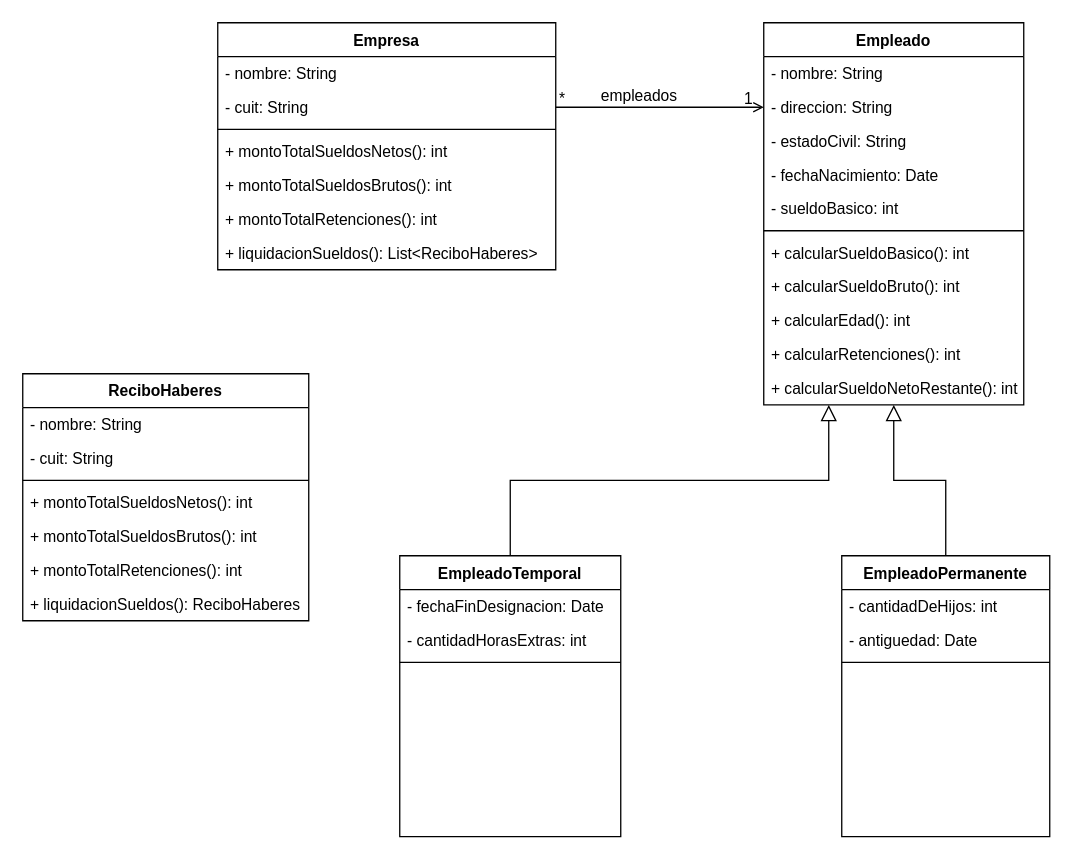
This is TP02/Untitled Diagram.drawio from dkippes/Programacion-Orientada-Objetos-2, a draw.io file, before an edit. Source tidied: cells renumbered, new cells numbered last; positions are measured from the earlier drawing's top-left corner, leaving out a move shared by most shapes. Both pictures are drawn from the tidied source at 130%, with x=0, y=0 at pixel (22, 22).
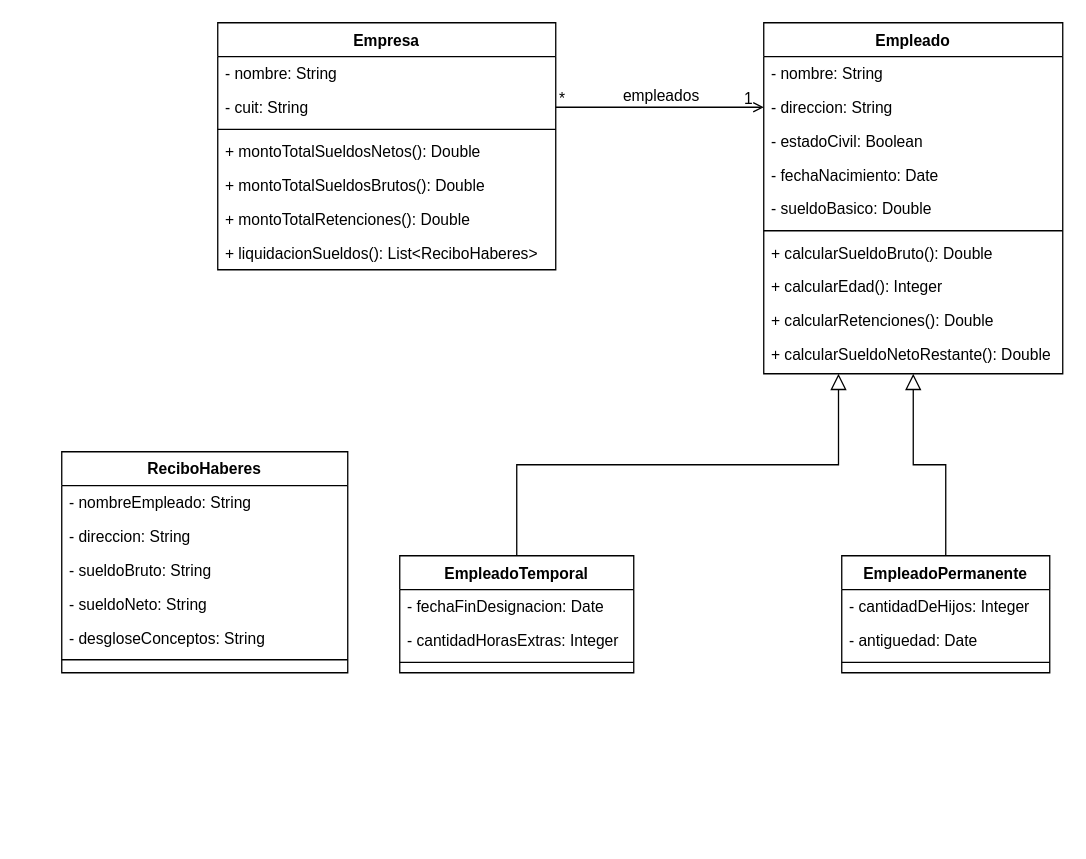
After the change.

The change refers to these unchanged cells:
```xml
<mxCell id="2" value="Empresa" style="swimlane;fontStyle=1;align=center;verticalAlign=top;horizontal=1;startSize=26;rounded=0;shadow=0;strokeWidth=1;" parent="1" vertex="1">
  <mxGeometry x="150" width="260" height="190" as="geometry" />
</mxCell>
<mxCell id="22" style="endArrow=open;shadow=0;strokeWidth=1;rounded=0;endFill=1;edgeStyle=elbowEdgeStyle;elbow=vertical;exitX=1;exitY=0.5;exitDx=0;exitDy=0;entryX=0;entryY=0.5;entryDx=0;entryDy=0;" parent="1" edge="1" source="4" target="12">
  <mxGeometry x="0.5" y="41" relative="1" as="geometry">
    <mxPoint x="-40" y="32" as="offset" />
  </mxGeometry>
</mxCell>
```

What changed in the source:
```diff
@@
-    <mxCell id="6" value="+ montoTotalSueldosNetos(): int" style="text;align=left;verticalAlign=top;spacingLeft=4;spacingRight=4;overflow=hidden;" parent="2" vertex="1">
+    <mxCell id="6" value="+ montoTotalSueldosNetos(): Double" style="text;align=left;verticalAlign=top;spacingLeft=4;spacingRight=4;overflow=hidden;" parent="2" vertex="1">
       <mxGeometry y="86" width="260" height="26" as="geometry" />
     </mxCell>
-    <mxCell id="7" value="+ montoTotalSueldosBrutos(): int" style="text;align=left;verticalAlign=top;spacingLeft=4;spacingRight=4;overflow=hidden;" parent="2" vertex="1">
+    <mxCell id="7" value="+ montoTotalSueldosBrutos(): Double" style="text;align=left;verticalAlign=top;spacingLeft=4;spacingRight=4;overflow=hidden;" parent="2" vertex="1">
       <mxGeometry y="112" width="260" height="26" as="geometry" />
     </mxCell>
-    <mxCell id="8" value="+ montoTotalRetenciones(): int" style="text;align=left;verticalAlign=top;spacingLeft=4;spacingRight=4;overflow=hidden;" parent="2" vertex="1">
+    <mxCell id="8" value="+ montoTotalRetenciones(): Double" style="text;align=left;verticalAlign=top;spacingLeft=4;spacingRight=4;overflow=hidden;" parent="2" vertex="1">
       <mxGeometry y="138" width="260" height="26" as="geometry" />
     </mxCell>
@@
     <mxCell id="10" value="Empleado" style="swimlane;fontStyle=1;align=center;verticalAlign=top;horizontal=1;startSize=26;rounded=0;shadow=0;strokeWidth=1;" parent="1" vertex="1">
-      <mxGeometry x="570" width="200" height="294" as="geometry" />
+      <mxGeometry x="570" width="230" height="270" as="geometry" />
     </mxCell>
     <mxCell id="11" value="- nombre: String" style="text;align=left;verticalAlign=top;spacingLeft=4;spacingRight=4;overflow=hidden;" parent="10" vertex="1">
-      <mxGeometry y="26" width="200" height="26" as="geometry" />
+      <mxGeometry y="26" width="230" height="26" as="geometry" />
     </mxCell>
     <mxCell id="12" value="- direccion: String" style="text;align=left;verticalAlign=top;spacingLeft=4;spacingRight=4;overflow=hidden;points=[[0,0.5],[1,0.5]];portConstraint=eastwest;rounded=0;shadow=0;html=0;" parent="10" vertex="1">
-      <mxGeometry y="52" width="200" height="26" as="geometry" />
+      <mxGeometry y="52" width="230" height="26" as="geometry" />
     </mxCell>
-    <mxCell id="13" value="- estadoCivil: String" style="text;align=left;verticalAlign=top;spacingLeft=4;spacingRight=4;overflow=hidden;rounded=0;shadow=0;html=0;" parent="10" vertex="1">
-      <mxGeometry y="78" width="200" height="26" as="geometry" />
+    <mxCell id="13" value="- estadoCivil: Boolean" style="text;align=left;verticalAlign=top;spacingLeft=4;spacingRight=4;overflow=hidden;rounded=0;shadow=0;html=0;" parent="10" vertex="1">
+      <mxGeometry y="78" width="230" height="26" as="geometry" />
     </mxCell>
     <mxCell id="14" value="- fechaNacimiento: Date" style="text;align=left;verticalAlign=top;spacingLeft=4;spacingRight=4;overflow=hidden;rounded=0;shadow=0;html=0;" parent="10" vertex="1">
-      <mxGeometry y="104" width="200" height="26" as="geometry" />
+      <mxGeometry y="104" width="230" height="26" as="geometry" />
     </mxCell>
-    <mxCell id="15" value="- sueldoBasico: int" style="text;align=left;verticalAlign=top;spacingLeft=4;spacingRight=4;overflow=hidden;rounded=0;shadow=0;html=0;" parent="10" vertex="1">
-      <mxGeometry y="130" width="200" height="26" as="geometry" />
+    <mxCell id="15" value="- sueldoBasico: Double" style="text;align=left;verticalAlign=top;spacingLeft=4;spacingRight=4;overflow=hidden;rounded=0;shadow=0;html=0;" parent="10" vertex="1">
+      <mxGeometry y="130" width="230" height="26" as="geometry" />
     </mxCell>
     <mxCell id="16" style="line;html=1;strokeWidth=1;align=left;verticalAlign=middle;spacingTop=-1;spacingLeft=3;spacingRight=3;labelPosition=right;" parent="10" vertex="1">
-      <mxGeometry y="156" width="200" height="8" as="geometry" />
+      <mxGeometry y="156" width="230" height="8" as="geometry" />
     </mxCell>
-    <mxCell id="17" value="+ calcularSueldoBasico(): int" style="text;align=left;verticalAlign=top;spacingLeft=4;spacingRight=4;overflow=hidden;" parent="10" vertex="1">
-      <mxGeometry y="164" width="200" height="26" as="geometry" />
-    </mxCell>
-    <mxCell id="18" value="+ calcularSueldoBruto(): int" style="text;align=left;verticalAlign=top;spacingLeft=4;spacingRight=4;overflow=hidden;" parent="10" vertex="1">
-      <mxGeometry y="190" width="200" height="26" as="geometry" />
+    <mxCell id="18" value="+ calcularSueldoBruto(): Double" style="text;align=left;verticalAlign=top;spacingLeft=4;spacingRight=4;overflow=hidden;" parent="10" vertex="1">
+      <mxGeometry y="164" width="230" height="26" as="geometry" />
     </mxCell>
-    <mxCell id="19" value="+ calcularEdad(): int" style="text;align=left;verticalAlign=top;spacingLeft=4;spacingRight=4;overflow=hidden;" parent="10" vertex="1">
-      <mxGeometry y="216" width="200" height="26" as="geometry" />
+    <mxCell id="19" value="+ calcularEdad(): Integer" style="text;align=left;verticalAlign=top;spacingLeft=4;spacingRight=4;overflow=hidden;" parent="10" vertex="1">
+      <mxGeometry y="190" width="230" height="26" as="geometry" />
     </mxCell>
-    <mxCell id="20" value="+ calcularRetenciones(): int" style="text;align=left;verticalAlign=top;spacingLeft=4;spacingRight=4;overflow=hidden;" parent="10" vertex="1">
-      <mxGeometry y="242" width="200" height="26" as="geometry" />
+    <mxCell id="20" value="+ calcularRetenciones(): Double" style="text;align=left;verticalAlign=top;spacingLeft=4;spacingRight=4;overflow=hidden;" parent="10" vertex="1">
+      <mxGeometry y="216" width="230" height="26" as="geometry" />
     </mxCell>
-    <mxCell id="21" value="+ calcularSueldoNetoRestante(): int" style="text;align=left;verticalAlign=top;spacingLeft=4;spacingRight=4;overflow=hidden;" parent="10" vertex="1">
-      <mxGeometry y="268" width="200" height="26" as="geometry" />
+    <mxCell id="21" value="+ calcularSueldoNetoRestante(): Double" style="text;align=left;verticalAlign=top;spacingLeft=4;spacingRight=4;overflow=hidden;" parent="10" vertex="1">
+      <mxGeometry y="242" width="230" height="26" as="geometry" />
     </mxCell>
@@
     <mxCell id="25" value="empleados" style="text;html=1;align=center;verticalAlign=middle;labelBackgroundColor=none;rounded=0;shadow=0;strokeWidth=1;fontSize=12;" parent="22" vertex="1">
       <mxGeometry x="0.5" y="49" relative="1" as="geometry">
-        <mxPoint x="-57" y="40" as="offset" />
+        <mxPoint x="-40" y="40" as="offset" />
       </mxGeometry>
     </mxCell>
     <mxCell id="26" value="EmpleadoTemporal" style="swimlane;fontStyle=1;align=center;verticalAlign=top;horizontal=1;startSize=26;rounded=0;shadow=0;strokeWidth=1;" parent="1" vertex="1">
-      <mxGeometry x="290" y="410" width="170" height="216" as="geometry" />
+      <mxGeometry x="290" y="410" width="180" height="90" as="geometry" />
     </mxCell>
     <mxCell id="27" value="- fechaFinDesignacion: Date" style="text;align=left;verticalAlign=top;spacingLeft=4;spacingRight=4;overflow=hidden;" parent="26" vertex="1">
-      <mxGeometry y="26" width="170" height="26" as="geometry" />
+      <mxGeometry y="26" width="180" height="26" as="geometry" />
     </mxCell>
-    <mxCell id="28" value="- cantidadHorasExtras: int" style="text;align=left;verticalAlign=top;spacingLeft=4;spacingRight=4;overflow=hidden;rounded=0;shadow=0;html=0;" parent="26" vertex="1">
-      <mxGeometry y="52" width="170" height="26" as="geometry" />
+    <mxCell id="28" value="- cantidadHorasExtras: Integer" style="text;align=left;verticalAlign=top;spacingLeft=4;spacingRight=4;overflow=hidden;rounded=0;shadow=0;html=0;" parent="26" vertex="1">
+      <mxGeometry y="52" width="180" height="26" as="geometry" />
     </mxCell>
     <mxCell id="29" style="line;html=1;strokeWidth=1;align=left;verticalAlign=middle;spacingTop=-1;spacingLeft=3;spacingRight=3;labelPosition=right;" parent="26" vertex="1">
-      <mxGeometry y="78" width="170" height="8" as="geometry" />
+      <mxGeometry y="78" width="180" height="8" as="geometry" />
     </mxCell>
     <mxCell id="30" value="EmpleadoPermanente" style="swimlane;fontStyle=1;align=center;verticalAlign=top;horizontal=1;startSize=26;rounded=0;shadow=0;strokeWidth=1;" parent="1" vertex="1">
-      <mxGeometry x="630" y="410" width="160" height="216" as="geometry" />
+      <mxGeometry x="630" y="410" width="160" height="90" as="geometry" />
     </mxCell>
-    <mxCell id="31" value="- cantidadDeHijos: int" style="text;align=left;verticalAlign=top;spacingLeft=4;spacingRight=4;overflow=hidden;" parent="30" vertex="1">
+    <mxCell id="31" value="- cantidadDeHijos: Integer" style="text;align=left;verticalAlign=top;spacingLeft=4;spacingRight=4;overflow=hidden;" parent="30" vertex="1">
       <mxGeometry y="26" width="160" height="26" as="geometry" />
     </mxCell>
@@
     <mxCell id="36" value="ReciboHaberes" style="swimlane;fontStyle=1;align=center;verticalAlign=top;horizontal=1;startSize=26;rounded=0;shadow=0;strokeWidth=1;" parent="1" vertex="1">
-      <mxGeometry y="270" width="220" height="190" as="geometry" />
+      <mxGeometry x="30" y="330" width="220" height="170" as="geometry" />
     </mxCell>
-    <mxCell id="37" value="- nombre: String" style="text;align=left;verticalAlign=top;spacingLeft=4;spacingRight=4;overflow=hidden;" parent="36" vertex="1">
+    <mxCell id="37" value="- nombreEmpleado: String" style="text;align=left;verticalAlign=top;spacingLeft=4;spacingRight=4;overflow=hidden;" parent="36" vertex="1">
       <mxGeometry y="26" width="220" height="26" as="geometry" />
     </mxCell>
-    <mxCell id="38" value="- cuit: String" style="text;align=left;verticalAlign=top;spacingLeft=4;spacingRight=4;overflow=hidden;rounded=0;shadow=0;html=0;" parent="36" vertex="1">
+    <mxCell id="38" value="- direccion: String" style="text;align=left;verticalAlign=top;spacingLeft=4;spacingRight=4;overflow=hidden;rounded=0;shadow=0;html=0;" parent="36" vertex="1">
       <mxGeometry y="52" width="220" height="26" as="geometry" />
     </mxCell>
+    <mxCell id="44" value="- sueldoBruto: String" style="text;align=left;verticalAlign=top;spacingLeft=4;spacingRight=4;overflow=hidden;rounded=0;shadow=0;html=0;" parent="36" vertex="1">
+      <mxGeometry y="78" width="220" height="26" as="geometry" />
+    </mxCell>
+    <mxCell id="45" value="- sueldoNeto: String" style="text;align=left;verticalAlign=top;spacingLeft=4;spacingRight=4;overflow=hidden;rounded=0;shadow=0;html=0;" parent="36" vertex="1">
+      <mxGeometry y="104" width="220" height="26" as="geometry" />
+    </mxCell>
+    <mxCell id="46" value="- desgloseConceptos: String" style="text;align=left;verticalAlign=top;spacingLeft=4;spacingRight=4;overflow=hidden;rounded=0;shadow=0;html=0;" parent="36" vertex="1">
+      <mxGeometry y="130" width="220" height="26" as="geometry" />
+    </mxCell>
     <mxCell id="39" style="line;html=1;strokeWidth=1;align=left;verticalAlign=middle;spacingTop=-1;spacingLeft=3;spacingRight=3;labelPosition=right;" parent="36" vertex="1">
-      <mxGeometry y="78" width="220" height="8" as="geometry" />
+      <mxGeometry y="156" width="220" height="8" as="geometry" />
     </mxCell>
-    <mxCell id="40" value="+ montoTotalSueldosNetos(): int" style="text;align=left;verticalAlign=top;spacingLeft=4;spacingRight=4;overflow=hidden;" parent="36" vertex="1">
-      <mxGeometry y="86" width="220" height="26" as="geometry" />
-    </mxCell>
-    <mxCell id="41" value="+ montoTotalSueldosBrutos(): int" style="text;align=left;verticalAlign=top;spacingLeft=4;spacingRight=4;overflow=hidden;" parent="36" vertex="1">
-      <mxGeometry y="112" width="220" height="26" as="geometry" />
-    </mxCell>
-    <mxCell id="42" value="+ montoTotalRetenciones(): int" style="text;align=left;verticalAlign=top;spacingLeft=4;spacingRight=4;overflow=hidden;" parent="36" vertex="1">
-      <mxGeometry y="138" width="220" height="26" as="geometry" />
-    </mxCell>
-    <mxCell id="43" value="+ liquidacionSueldos(): ReciboHaberes" style="text;align=left;verticalAlign=top;spacingLeft=4;spacingRight=4;overflow=hidden;" parent="36" vertex="1">
-      <mxGeometry y="164" width="220" height="26" as="geometry" />
-    </mxCell>
```
